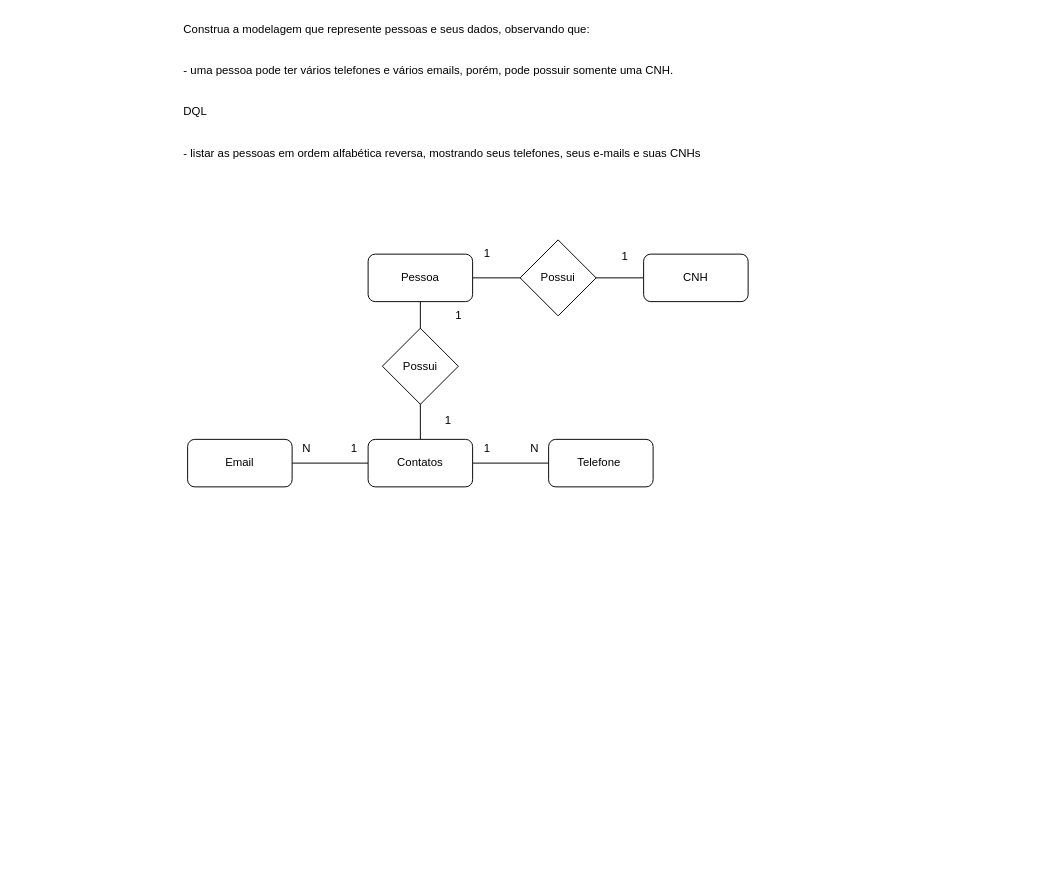
This is page "Página-2" (2 of 7) of Exercícios/DER Ex01/DER00.drawio from GuilhermeOliveira23/2-Semestre-SENAI, a draw.io file, before an edit. Source tidied: cells renumbered, new cells numbered last; positions are measured from the earlier drawing's top-left corner, leaving out a move shared by most shapes. Both pictures are drawn from the tidied source at 95%, with x=0, y=0 at pixel (181, 16).
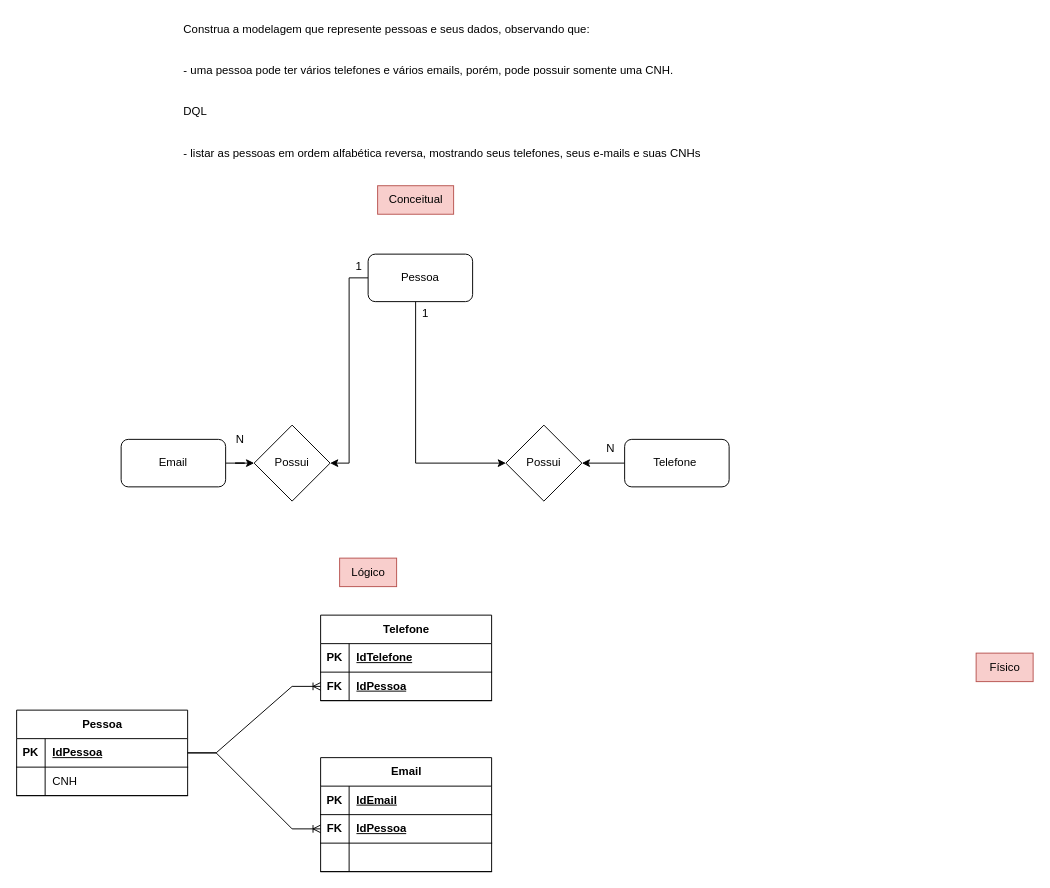
The same diagram, later.

Commit message (it also covers changes not shown here):
Exercícios de DER - Modelo lógico e físico

The change refers to these unchanged cells:
```xml
<mxCell id="4" value="Pessoa" style="rounded=1;whiteSpace=wrap;html=1;" parent="1" vertex="1">
  <mxGeometry x="196" y="250" width="110" height="50" as="geometry" />
</mxCell>
```

The edit, as a diff of the source:
```diff
@@
-    <mxCell id="2" style="edgeStyle=orthogonalEdgeStyle;rounded=0;jettySize=auto;html=1;entryX=0.5;entryY=0;entryDx=0;entryDy=0;endArrow=none;endFill=0;" parent="1" edge="1" source="4" target="8">
-      <mxGeometry relative="1" as="geometry" />
-    </mxCell>
-    <mxCell id="3" style="edgeStyle=orthogonalEdgeStyle;rounded=0;jettySize=auto;html=1;entryX=0;entryY=0.5;entryDx=0;entryDy=0;endArrow=none;endFill=0;" parent="1" edge="1" source="4" target="11">
-      <mxGeometry relative="1" as="geometry" />
-    </mxCell>
+    <mxCell id="22" style="edgeStyle=orthogonalEdgeStyle;rounded=0;jettySize=auto;html=1;entryX=1;entryY=0.5;entryDx=0;entryDy=0;" parent="1" edge="1" source="4" target="45">
+      <mxGeometry relative="1" as="geometry" />
+    </mxCell>
+    <mxCell id="23" style="edgeStyle=orthogonalEdgeStyle;rounded=0;jettySize=auto;html=1;entryX=0;entryY=0.5;entryDx=0;entryDy=0;" parent="1" edge="1" source="4" target="46">
+      <mxGeometry relative="1" as="geometry">
+        <Array as="points">
+          <mxPoint x="246" y="470" />
+        </Array>
+      </mxGeometry>
+    </mxCell>
@@
-    <mxCell id="6" style="edgeStyle=orthogonalEdgeStyle;rounded=0;jettySize=auto;html=1;entryX=0;entryY=0.5;entryDx=0;entryDy=0;endArrow=none;endFill=0;" parent="1" edge="1" source="8" target="16">
-      <mxGeometry relative="1" as="geometry" />
-    </mxCell>
-    <mxCell id="7" style="edgeStyle=orthogonalEdgeStyle;rounded=0;jettySize=auto;html=1;entryX=1;entryY=0.5;entryDx=0;entryDy=0;endArrow=none;endFill=0;" parent="1" edge="1" source="8" target="15">
-      <mxGeometry relative="1" as="geometry" />
-    </mxCell>
-    <mxCell id="8" value="Contatos" style="rounded=1;whiteSpace=wrap;html=1;" parent="1" vertex="1">
-      <mxGeometry x="196" y="445" width="110" height="50" as="geometry" />
-    </mxCell>
-    <mxCell id="9" value="Possui" style="rhombus;whiteSpace=wrap;html=1;" parent="1" vertex="1">
-      <mxGeometry x="211" y="328" width="80" height="80" as="geometry" />
-    </mxCell>
-    <mxCell id="10" value="1" style="text;html=1;align=center;verticalAlign=middle;strokeColor=none;fillColor=none;" parent="1" vertex="1">
-      <mxGeometry x="306" y="440" width="30" height="30" as="geometry" />
-    </mxCell>
-    <mxCell id="11" value="CNH" style="rounded=1;whiteSpace=wrap;html=1;" parent="1" vertex="1">
-      <mxGeometry x="486" y="250" width="110" height="50" as="geometry" />
-    </mxCell>
-    <mxCell id="12" value="Possui" style="rhombus;whiteSpace=wrap;html=1;" parent="1" vertex="1">
-      <mxGeometry x="356" y="235" width="80" height="80" as="geometry" />
-    </mxCell>
-    <mxCell id="13" value="1" style="text;html=1;align=center;verticalAlign=middle;strokeColor=none;fillColor=none;" parent="1" vertex="1">
-      <mxGeometry x="276" y="300" width="30" height="30" as="geometry" />
-    </mxCell>
-    <mxCell id="14" value="1" style="text;html=1;align=center;verticalAlign=middle;strokeColor=none;fillColor=none;" parent="1" vertex="1">
-      <mxGeometry x="306" y="235" width="30" height="30" as="geometry" />
-    </mxCell>
+    <mxCell id="24" style="edgeStyle=orthogonalEdgeStyle;rounded=0;jettySize=auto;html=1;" parent="1" edge="1" source="15" target="45">
+      <mxGeometry relative="1" as="geometry" />
+    </mxCell>
     <mxCell id="15" value="Email" style="rounded=1;whiteSpace=wrap;html=1;" parent="1" vertex="1">
-      <mxGeometry x="6" y="445" width="110" height="50" as="geometry" />
+      <mxGeometry x="-64" y="445" width="110" height="50" as="geometry" />
     </mxCell>
+    <mxCell id="25" style="edgeStyle=orthogonalEdgeStyle;rounded=0;jettySize=auto;html=1;exitX=0;exitY=0.5;exitDx=0;exitDy=0;entryX=1;entryY=0.5;entryDx=0;entryDy=0;" parent="1" edge="1" source="16" target="46">
+      <mxGeometry relative="1" as="geometry" />
+    </mxCell>
     <mxCell id="16" value="Telefone&amp;nbsp;" style="rounded=1;whiteSpace=wrap;html=1;" parent="1" vertex="1">
-      <mxGeometry x="386" y="445" width="110" height="50" as="geometry" />
+      <mxGeometry x="466" y="445" width="110" height="50" as="geometry" />
     </mxCell>
     <mxCell id="17" value="N" style="text;html=1;align=center;verticalAlign=middle;strokeColor=none;fillColor=none;" parent="1" vertex="1">
-      <mxGeometry x="116" y="440" width="30" height="30" as="geometry" />
+      <mxGeometry x="46" y="430" width="30" height="30" as="geometry" />
     </mxCell>
-    <mxCell id="18" value="1" style="text;html=1;align=center;verticalAlign=middle;strokeColor=none;fillColor=none;" parent="1" vertex="1">
-      <mxGeometry x="451" y="238" width="30" height="30" as="geometry" />
-    </mxCell>
-    <mxCell id="19" value="1" style="text;html=1;align=center;verticalAlign=middle;strokeColor=none;fillColor=none;" parent="1" vertex="1">
-      <mxGeometry x="265" y="410" width="30" height="30" as="geometry" />
-    </mxCell>
     <mxCell id="20" value="N" style="text;html=1;align=center;verticalAlign=middle;strokeColor=none;fillColor=none;" parent="1" vertex="1">
-      <mxGeometry x="356" y="440" width="30" height="30" as="geometry" />
+      <mxGeometry x="436" y="440" width="30" height="30" as="geometry" />
     </mxCell>
-    <mxCell id="21" value="1" style="text;html=1;align=center;verticalAlign=middle;strokeColor=none;fillColor=none;" parent="1" vertex="1">
-      <mxGeometry x="166" y="440" width="30" height="30" as="geometry" />
-    </mxCell>
+    <mxCell id="26" value="Conceitual" style="text;html=1;align=center;verticalAlign=middle;strokeColor=#b85450;fillColor=#f8cecc;" parent="1" vertex="1">
+      <mxGeometry x="206" y="178" width="80" height="30" as="geometry" />
+    </mxCell>
+    <mxCell id="27" value="Lógico" style="text;html=1;align=center;verticalAlign=middle;strokeColor=#b85450;fillColor=#f8cecc;" parent="1" vertex="1">
+      <mxGeometry x="166" y="570" width="60" height="30" as="geometry" />
+    </mxCell>
+    <mxCell id="28" value="Físico" style="text;html=1;align=center;verticalAlign=middle;strokeColor=#b85450;fillColor=#f8cecc;" parent="1" vertex="1">
+      <mxGeometry x="836" y="670" width="60" height="30" as="geometry" />
+    </mxCell>
+    <mxCell id="29" value="Pessoa" style="shape=table;startSize=30;childLayout=tableLayout;rowLines=0;fontStyle=1;align=center;html=1;" parent="1" vertex="1">
+      <mxGeometry x="-174" y="730" width="180" height="90" as="geometry" />
+    </mxCell>
+    <mxCell id="30" style="shape=tableRow;horizontal=0;startSize=0;swimlaneHead=0;swimlaneBody=0;fillColor=none;points=[[0,0.5],[1,0.5]];portConstraint=eastwest;top=0;left=0;right=0;bottom=1;" parent="29" vertex="1">
+      <mxGeometry y="30" width="180" height="30" as="geometry" />
+    </mxCell>
+    <mxCell id="31" value="PK" style="shape=partialRectangle;fillColor=none;top=0;left=0;bottom=0;right=0;fontStyle=1;overflow=hidden;whiteSpace=wrap;html=1;" parent="30" vertex="1">
+      <mxGeometry width="30" height="30" as="geometry" />
+    </mxCell>
+    <mxCell id="32" value="IdPessoa" style="shape=partialRectangle;fillColor=none;top=0;left=0;bottom=0;right=0;align=left;spacingLeft=6;fontStyle=5;overflow=hidden;whiteSpace=wrap;html=1;" parent="30" vertex="1">
+      <mxGeometry x="30" width="150" height="30" as="geometry" />
+    </mxCell>
+    <mxCell id="33" style="shape=tableRow;horizontal=0;startSize=0;swimlaneHead=0;swimlaneBody=0;fillColor=none;top=0;left=0;right=0;bottom=1;" parent="29" vertex="1">
+      <mxGeometry y="60" width="180" height="30" as="geometry" />
+    </mxCell>
+    <mxCell id="34" style="shape=partialRectangle;fillColor=none;top=0;left=0;bottom=0;right=0;fontStyle=1;overflow=hidden;whiteSpace=wrap;html=1;" parent="33" vertex="1">
+      <mxGeometry width="30" height="30" as="geometry" />
+    </mxCell>
+    <mxCell id="11" value="CNH" style="shape=partialRectangle;fillColor=none;top=0;left=0;bottom=0;right=0;align=left;spacingLeft=6;fontStyle=0;overflow=hidden;whiteSpace=wrap;html=1;" parent="33" vertex="1">
+      <mxGeometry x="30" width="150" height="30" as="geometry" />
+    </mxCell>
+    <mxCell id="35" value="Email" style="shape=table;startSize=30;childLayout=tableLayout;rowLines=0;fontStyle=1;align=center;html=1;" parent="1" vertex="1">
+      <mxGeometry x="146" y="780" width="180" height="120" as="geometry" />
+    </mxCell>
+    <mxCell id="36" style="shape=tableRow;horizontal=0;startSize=0;swimlaneHead=0;swimlaneBody=0;fillColor=none;top=0;left=0;right=0;bottom=1;" parent="35" vertex="1">
+      <mxGeometry y="30" width="180" height="30" as="geometry" />
+    </mxCell>
+    <mxCell id="37" value="PK" style="shape=partialRectangle;fillColor=none;top=0;left=0;bottom=0;right=0;fontStyle=1;overflow=hidden;whiteSpace=wrap;html=1;" parent="36" vertex="1">
+      <mxGeometry width="30" height="30" as="geometry" />
+    </mxCell>
+    <mxCell id="38" value="IdEmail" style="shape=partialRectangle;fillColor=none;top=0;left=0;bottom=0;right=0;align=left;spacingLeft=6;fontStyle=5;overflow=hidden;whiteSpace=wrap;html=1;" parent="36" vertex="1">
+      <mxGeometry x="30" width="150" height="30" as="geometry" />
+    </mxCell>
+    <mxCell id="39" style="shape=tableRow;horizontal=0;startSize=0;swimlaneHead=0;swimlaneBody=0;fillColor=none;points=[[0,0.5],[1,0.5]];portConstraint=eastwest;top=0;left=0;right=0;bottom=1;" parent="35" vertex="1">
+      <mxGeometry y="60" width="180" height="30" as="geometry" />
+    </mxCell>
+    <mxCell id="40" value="FK" style="shape=partialRectangle;fillColor=none;top=0;left=0;bottom=0;right=0;fontStyle=1;overflow=hidden;whiteSpace=wrap;html=1;" parent="39" vertex="1">
+      <mxGeometry width="30" height="30" as="geometry" />
+    </mxCell>
+    <mxCell id="41" value="IdPessoa" style="shape=partialRectangle;fillColor=none;top=0;left=0;bottom=0;right=0;align=left;spacingLeft=6;fontStyle=5;overflow=hidden;whiteSpace=wrap;html=1;" parent="39" vertex="1">
+      <mxGeometry x="30" width="150" height="30" as="geometry" />
+    </mxCell>
+    <mxCell id="42" style="shape=tableRow;horizontal=0;startSize=0;swimlaneHead=0;swimlaneBody=0;fillColor=none;top=0;left=0;right=0;bottom=1;" parent="35" vertex="1">
+      <mxGeometry y="90" width="180" height="30" as="geometry" />
+    </mxCell>
+    <mxCell id="43" style="shape=partialRectangle;fillColor=none;top=0;left=0;bottom=0;right=0;fontStyle=1;overflow=hidden;whiteSpace=wrap;html=1;" parent="42" vertex="1">
+      <mxGeometry width="30" height="30" as="geometry" />
+    </mxCell>
+    <mxCell id="44" style="shape=partialRectangle;fillColor=none;top=0;left=0;bottom=0;right=0;align=left;spacingLeft=6;fontStyle=5;overflow=hidden;whiteSpace=wrap;html=1;" parent="42" vertex="1">
+      <mxGeometry x="30" width="150" height="30" as="geometry" />
+    </mxCell>
+    <mxCell id="45" value="Possui" style="rhombus;whiteSpace=wrap;html=1;" parent="1" vertex="1">
+      <mxGeometry x="76" y="430" width="80" height="80" as="geometry" />
+    </mxCell>
+    <mxCell id="46" value="Possui" style="rhombus;whiteSpace=wrap;html=1;" parent="1" vertex="1">
+      <mxGeometry x="341" y="430" width="80" height="80" as="geometry" />
+    </mxCell>
+    <mxCell id="47" value="Telefone" style="shape=table;startSize=30;childLayout=tableLayout;rowLines=0;fontStyle=1;align=center;html=1;" parent="1" vertex="1">
+      <mxGeometry x="146" y="630" width="180" height="90" as="geometry" />
+    </mxCell>
+    <mxCell id="48" style="shape=tableRow;horizontal=0;startSize=0;swimlaneHead=0;swimlaneBody=0;fillColor=none;top=0;left=0;right=0;bottom=1;" parent="47" vertex="1">
+      <mxGeometry y="30" width="180" height="30" as="geometry" />
+    </mxCell>
+    <mxCell id="49" value="PK" style="shape=partialRectangle;fillColor=none;top=0;left=0;bottom=0;right=0;fontStyle=1;overflow=hidden;whiteSpace=wrap;html=1;" parent="48" vertex="1">
+      <mxGeometry width="30" height="30" as="geometry" />
+    </mxCell>
+    <mxCell id="50" value="IdTelefone" style="shape=partialRectangle;fillColor=none;top=0;left=0;bottom=0;right=0;align=left;spacingLeft=6;fontStyle=5;overflow=hidden;whiteSpace=wrap;html=1;" parent="48" vertex="1">
+      <mxGeometry x="30" width="150" height="30" as="geometry" />
+    </mxCell>
+    <mxCell id="51" style="shape=tableRow;horizontal=0;startSize=0;swimlaneHead=0;swimlaneBody=0;fillColor=none;points=[[0,0.5],[1,0.5]];portConstraint=eastwest;top=0;left=0;right=0;bottom=1;" parent="47" vertex="1">
+      <mxGeometry y="60" width="180" height="30" as="geometry" />
+    </mxCell>
+    <mxCell id="52" value="FK" style="shape=partialRectangle;fillColor=none;top=0;left=0;bottom=0;right=0;fontStyle=1;overflow=hidden;whiteSpace=wrap;html=1;" parent="51" vertex="1">
+      <mxGeometry width="30" height="30" as="geometry" />
+    </mxCell>
+    <mxCell id="53" value="IdPessoa" style="shape=partialRectangle;fillColor=none;top=0;left=0;bottom=0;right=0;align=left;spacingLeft=6;fontStyle=5;overflow=hidden;whiteSpace=wrap;html=1;" parent="51" vertex="1">
+      <mxGeometry x="30" width="150" height="30" as="geometry" />
+    </mxCell>
+    <mxCell id="54" value="1" style="text;html=1;align=center;verticalAlign=middle;strokeColor=none;fillColor=none;" parent="1" vertex="1">
+      <mxGeometry x="171" y="248" width="30" height="30" as="geometry" />
+    </mxCell>
+    <mxCell id="55" style="edgeStyle=entityRelationEdgeStyle;fontSize=12;html=1;endArrow=ERoneToMany;rounded=0;exitX=1;exitY=0.5;exitDx=0;exitDy=0;entryX=0;entryY=0.5;entryDx=0;entryDy=0;" parent="1" edge="1" source="30" target="39">
+      <mxGeometry relative="1" as="geometry" />
+    </mxCell>
+    <mxCell id="56" value="1" style="text;html=1;align=center;verticalAlign=middle;strokeColor=none;fillColor=none;" parent="1" vertex="1">
+      <mxGeometry x="241" y="298" width="30" height="30" as="geometry" />
+    </mxCell>
+    <mxCell id="57" style="edgeStyle=entityRelationEdgeStyle;fontSize=12;html=1;endArrow=ERoneToMany;rounded=0;exitX=1;exitY=0.5;exitDx=0;exitDy=0;entryX=0;entryY=0.5;entryDx=0;entryDy=0;" parent="1" edge="1" source="30" target="51">
+      <mxGeometry relative="1" as="geometry" />
+    </mxCell>
```
